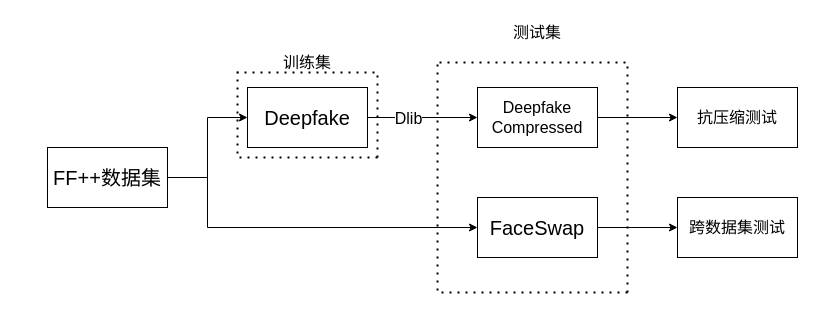
Above: compress.drawio in epc314/hello-world (draw.io), before the change. Source tidied: cells renumbered, new cells numbered last; positions are measured from the earlier drawing's top-left corner, leaving out a move shared by most shapes. Both pictures are drawn from the tidied source at 100%, with x=0, y=0 at pixel (47, 17).
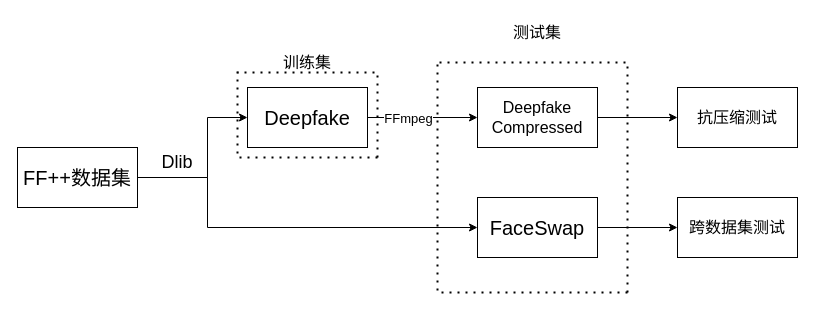
The same diagram, later.

Unchanged cells that the change refers to:
```xml
<mxCell id="5" style="edgeStyle=orthogonalEdgeStyle;rounded=0;jettySize=auto;html=1;fontSize=20;" parent="1" edge="1" source="7" target="11">
  <mxGeometry relative="1" as="geometry" />
</mxCell>
<mxCell id="7" value="&lt;font style=&quot;font-size: 20px&quot;&gt;Deepfake&lt;/font&gt;" style="rounded=0;whiteSpace=wrap;html=1;" parent="1" vertex="1">
  <mxGeometry x="200" y="70" width="120" height="60" as="geometry" />
</mxCell>
```

The edit, as a diff of the source:
```diff
@@
     <mxCell id="2" style="edgeStyle=orthogonalEdgeStyle;rounded=0;jettySize=auto;html=1;fontSize=20;" parent="1" edge="1" source="4" target="7">
-      <mxGeometry relative="1" as="geometry" />
+      <mxGeometry relative="1" as="geometry">
+        <Array as="points">
+          <mxPoint x="160" y="160" />
+          <mxPoint x="160" y="100" />
+        </Array>
+      </mxGeometry>
     </mxCell>
@@
     <mxCell id="4" value="&lt;font style=&quot;font-size: 20px&quot;&gt;FF++数据集&lt;/font&gt;" style="rounded=0;whiteSpace=wrap;html=1;" parent="1" vertex="1">
-      <mxGeometry y="130" width="120" height="60" as="geometry" />
+      <mxGeometry x="-30" y="130" width="120" height="60" as="geometry" />
     </mxCell>
@@
-    <mxCell id="6" value="Dlib" style="edgeLabel;html=1;align=center;verticalAlign=middle;fontSize=16;" parent="5" vertex="1">
+    <mxCell id="6" value="&lt;font style=&quot;font-size: 13px;&quot;&gt;FFmpeg&lt;/font&gt;" style="edgeLabel;html=1;align=center;verticalAlign=middle;fontSize=13;" parent="5" vertex="1">
       <mxGeometry x="-0.27" relative="1" as="geometry" />
     </mxCell>
@@
+    <mxCell id="20" value="&lt;font style=&quot;font-size: 18px&quot;&gt;Dlib&lt;/font&gt;" style="text;html=1;strokeColor=none;fillColor=none;align=center;verticalAlign=middle;whiteSpace=wrap;rounded=0;fontSize=13;" parent="1" vertex="1">
+      <mxGeometry x="100" y="130" width="60" height="30" as="geometry" />
+    </mxCell>
```
